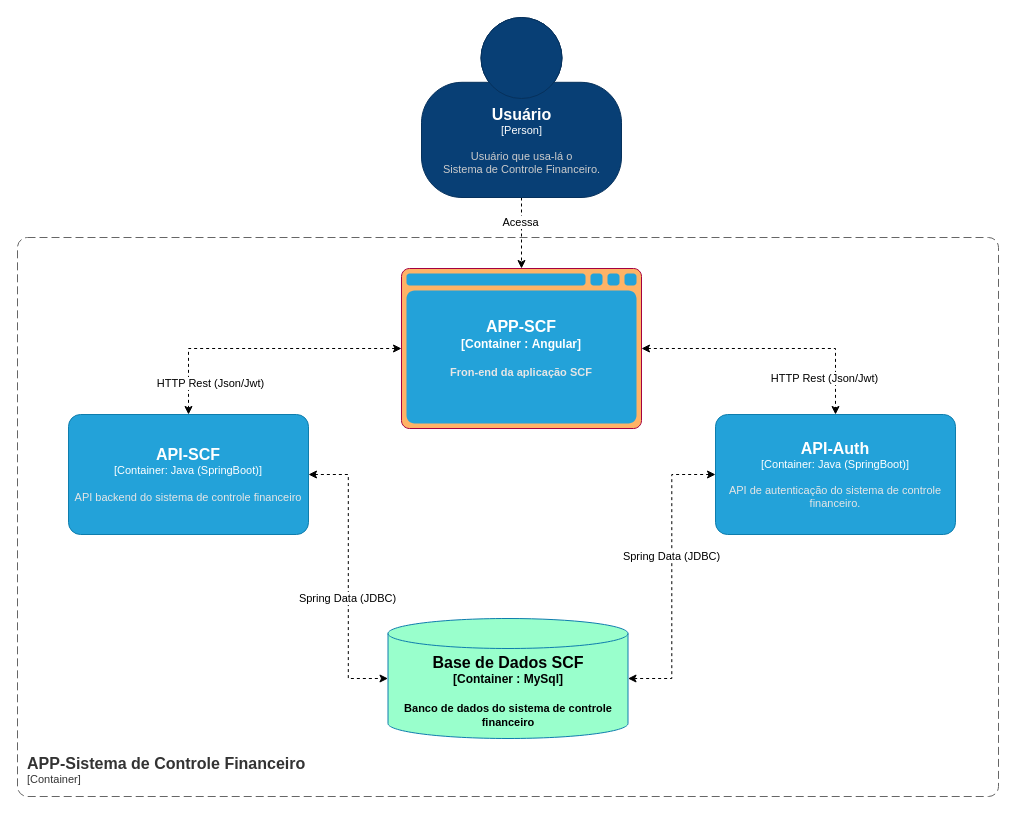
This is page "Diagrama de Conteiner" (2 of 3) of Arquitetura/Diagramas.drawio from henriquerdq/poc-sistemas-controle-financas, a draw.io file, before an edit. Source tidied: cells renumbered, new cells numbered last; positions are measured from the earlier drawing's top-left corner, leaving out a move shared by most shapes. Both pictures are drawn from the tidied source at 100%, with x=0, y=0 at pixel (17, 17).
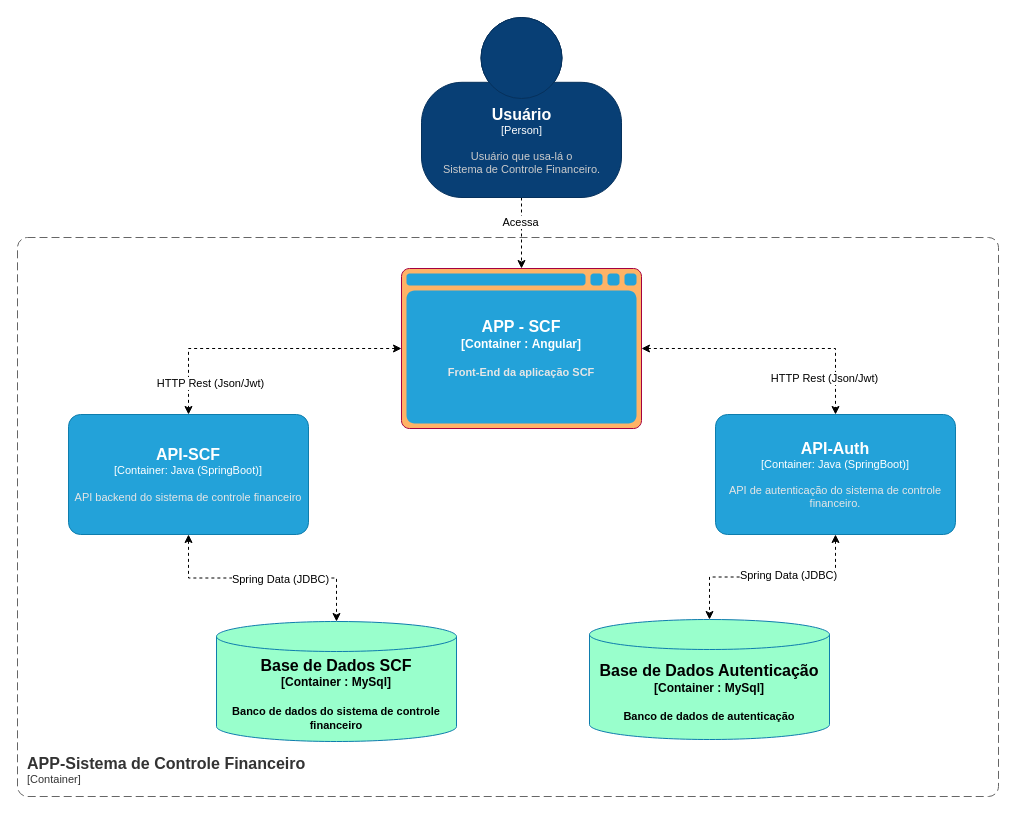
After the change.

The change refers to these unchanged cells:
```xml
<object id="5" label="&lt;font style=&quot;font-size: 16px&quot;&gt;&lt;b&gt;%c4Name%&lt;/b&gt;&lt;/font&gt;&lt;div&gt;[%c4Type%: %c4Technology%]&lt;/div&gt;&lt;br&gt;&lt;div&gt;&lt;font style=&quot;font-size: 11px&quot;&gt;&lt;font color=&quot;#E6E6E6&quot;&gt;%c4Description%&lt;/font&gt;&lt;/div&gt;" c4Description="API backend do sistema de controle financeiro" c4Name="API-SCF" c4Technology="Java (SpringBoot)" c4Type="Container" placeholders="1">
  <mxCell style="rounded=1;whiteSpace=wrap;html=1;fontSize=11;labelBackgroundColor=none;fillColor=#23A2D9;fontColor=#ffffff;align=center;arcSize=10;strokeColor=#0E7DAD;points=[[0.25,0,0],[0.5,0,0],[0.75,0,0],[1,0.25,0],[1,0.5,0],[1,0.75,0],[0.75,1,0],[0.5,1,0],[0.25,1,0],[0,0.75,0],[0,0.5,0],[0,0.25,0]];" parent="1" vertex="1">
    <mxGeometry x="51" y="397" width="240" height="120" as="geometry" />
  </mxCell>
</object>
<object id="16" label="&lt;font style=&quot;font-size: 16px&quot;&gt;&lt;b&gt;%c4Name%&lt;/b&gt;&lt;/font&gt;&lt;div&gt;[%c4Type%: %c4Technology%]&lt;/div&gt;&lt;br&gt;&lt;div&gt;&lt;font style=&quot;font-size: 11px&quot;&gt;&lt;font color=&quot;#E6E6E6&quot;&gt;%c4Description%&lt;/font&gt;&lt;/div&gt;" c4Description="API de autenticação do sistema de controle financeiro." c4Name="API-Auth" c4Technology="Java (SpringBoot)" c4Type="Container" placeholders="1">
  <mxCell style="rounded=1;whiteSpace=wrap;html=1;fontSize=11;labelBackgroundColor=none;fillColor=#23A2D9;fontColor=#ffffff;align=center;arcSize=10;strokeColor=#0E7DAD;points=[[0.25,0,0],[0.5,0,0],[0.75,0,0],[1,0.25,0],[1,0.5,0],[1,0.75,0],[0.75,1,0],[0.5,1,0],[0.25,1,0],[0,0.75,0],[0,0.5,0],[0,0.25,0]];" parent="1" vertex="1">
    <mxGeometry x="698" y="397" width="240" height="120" as="geometry" />
  </mxCell>
</object>
```

The edit, as a diff of the source:
```diff
@@
     <object id="2" label="&lt;font style=&quot;font-size: 16px&quot;&gt;&lt;b&gt;%c4Type%&lt;/b&gt;&lt;/font&gt;&lt;div&gt;&lt;b&gt;[%c4Container%:&amp;nbsp;%c4Technology%]&lt;/b&gt;&lt;/div&gt;&lt;b&gt;&lt;br&gt;&lt;div&gt;&lt;font style=&quot;font-size: 11px&quot;&gt;&lt;font&gt;%c4Description%&lt;/font&gt;&lt;/font&gt;&lt;/div&gt;&lt;/b&gt;" c4Container="Container " c4Description="Banco de dados do sistema de controle financeiro" c4Technology="MySql" c4Type="Base de Dados SCF" placeholders="1">
       <mxCell style="shape=cylinder3;size=15;whiteSpace=wrap;html=1;boundedLbl=1;rounded=0;labelBackgroundColor=none;fillColor=#99FFCC;fontSize=12;fontColor=#000000;align=center;strokeColor=#0E7DAD;points=[[0.5,0,0],[1,0.25,0],[1,0.5,0],[1,0.75,0],[0.5,1,0],[0,0.75,0],[0,0.5,0],[0,0.25,0]];" parent="1" vertex="1">
-        <mxGeometry x="370.5" y="601" width="240" height="120" as="geometry" />
+        <mxGeometry x="199" y="604" width="240" height="120" as="geometry" />
       </mxCell>
     </object>
-    <mxCell id="3" style="edgeStyle=orthogonalEdgeStyle;rounded=0;jettySize=auto;html=1;dashed=1;fontColor=#000000;startArrow=classic;startFill=1;entryX=0;entryY=0.5;entryDx=0;entryDy=0;entryPerimeter=0;" parent="1" edge="1" source="5" target="2">
+    <mxCell id="3" style="edgeStyle=orthogonalEdgeStyle;rounded=0;jettySize=auto;html=1;dashed=1;fontColor=#000000;startArrow=classic;startFill=1;" parent="1" edge="1" source="5" target="2">
       <mxGeometry relative="1" as="geometry" />
     </mxCell>
@@
-    <object id="13" label="&lt;font style=&quot;font-size: 16px&quot;&gt;&lt;b&gt;%c4Type%&lt;/font&gt;&lt;div&gt;[%c4Container%:&amp;nbsp;%c4Technology%]&lt;/div&gt;&lt;br&gt;&lt;div&gt;&lt;font style=&quot;font-size: 11px&quot;&gt;&lt;font color=&quot;#E6E6E6&quot;&gt;%c4Description%&lt;/font&gt;&lt;/div&gt;" c4Container="Container " c4Description="Fron-end da aplicação SCF" c4Technology="Angular" c4Type="APP-SCF" placeholders="1">
+    <object id="13" label="&lt;font style=&quot;font-size: 16px&quot;&gt;&lt;b&gt;%c4Type%&lt;/font&gt;&lt;div&gt;[%c4Container%:&amp;nbsp;%c4Technology%]&lt;/div&gt;&lt;br&gt;&lt;div&gt;&lt;font style=&quot;font-size: 11px&quot;&gt;&lt;font color=&quot;#E6E6E6&quot;&gt;%c4Description%&lt;/font&gt;&lt;/div&gt;" c4Container="Container " c4Description="Front-End da aplicação SCF" c4Technology="Angular" c4Type="APP - SCF" placeholders="1">
       <mxCell style="shape=mxgraph.c4.webBrowserContainer;whiteSpace=wrap;html=1;boundedLbl=1;rounded=0;labelBackgroundColor=none;fillColor=#FFB366;fontSize=12;align=center;strokeColor=#A50040;points=[[0.5,0,0],[1,0.25,0],[1,0.5,0],[1,0.75,0],[0.5,1,0],[0,0.75,0],[0,0.5,0],[0,0.25,0]];fontColor=#ffffff;fillStyle=auto;" parent="1" vertex="1">
         <mxGeometry x="384" y="251" width="240" height="160" as="geometry" />
       </mxCell>
     </object>
-    <mxCell id="14" style="edgeStyle=orthogonalEdgeStyle;rounded=0;jettySize=auto;html=1;startArrow=classic;startFill=1;dashed=1;entryX=1;entryY=0.5;entryDx=0;entryDy=0;entryPerimeter=0;" parent="1" edge="1" source="16" target="2">
+    <mxCell id="14" style="edgeStyle=orthogonalEdgeStyle;rounded=0;jettySize=auto;html=1;startArrow=classic;startFill=1;dashed=1;" parent="1" edge="1" source="16" target="18">
       <mxGeometry relative="1" as="geometry" />
     </mxCell>
@@
+    <object id="18" label="&lt;font style=&quot;font-size: 16px&quot;&gt;&lt;b&gt;%c4Type%&lt;/b&gt;&lt;/font&gt;&lt;div&gt;&lt;b&gt;[%c4Container%:&amp;nbsp;%c4Technology%]&lt;/b&gt;&lt;/div&gt;&lt;b&gt;&lt;br&gt;&lt;div&gt;&lt;font style=&quot;font-size: 11px&quot;&gt;&lt;font&gt;%c4Description%&lt;/font&gt;&lt;/font&gt;&lt;/div&gt;&lt;/b&gt;" c4Container="Container " c4Description="Banco de dados de autenticação" c4Technology="MySql" c4Type="Base de Dados Autenticação" placeholders="1">
+      <mxCell style="shape=cylinder3;size=15;whiteSpace=wrap;html=1;boundedLbl=1;rounded=0;labelBackgroundColor=none;fillColor=#99FFCC;fontSize=12;fontColor=#000000;align=center;strokeColor=#0E7DAD;points=[[0.5,0,0],[1,0.25,0],[1,0.5,0],[1,0.75,0],[0.5,1,0],[0,0.75,0],[0,0.5,0],[0,0.25,0]];" parent="1" vertex="1">
+        <mxGeometry x="572" y="602" width="240" height="120" as="geometry" />
+      </mxCell>
+    </object>
```
